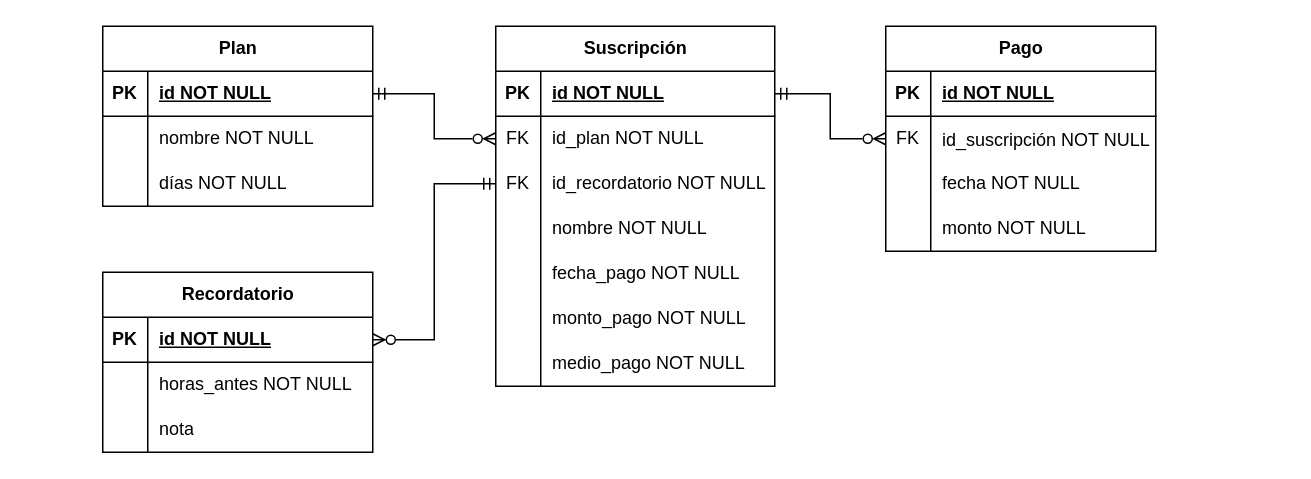
Earlier version of the draw.io diagram diagramas/DiagramaSubby.drawio (Oscar-UCT/Subby). Source tidied: cells renumbered, new cells numbered last; positions are measured from the earlier drawing's top-left corner, leaving out a move shared by most shapes. Both pictures are drawn from the tidied source at 150%, with x=0, y=0 at pixel (102, 26).
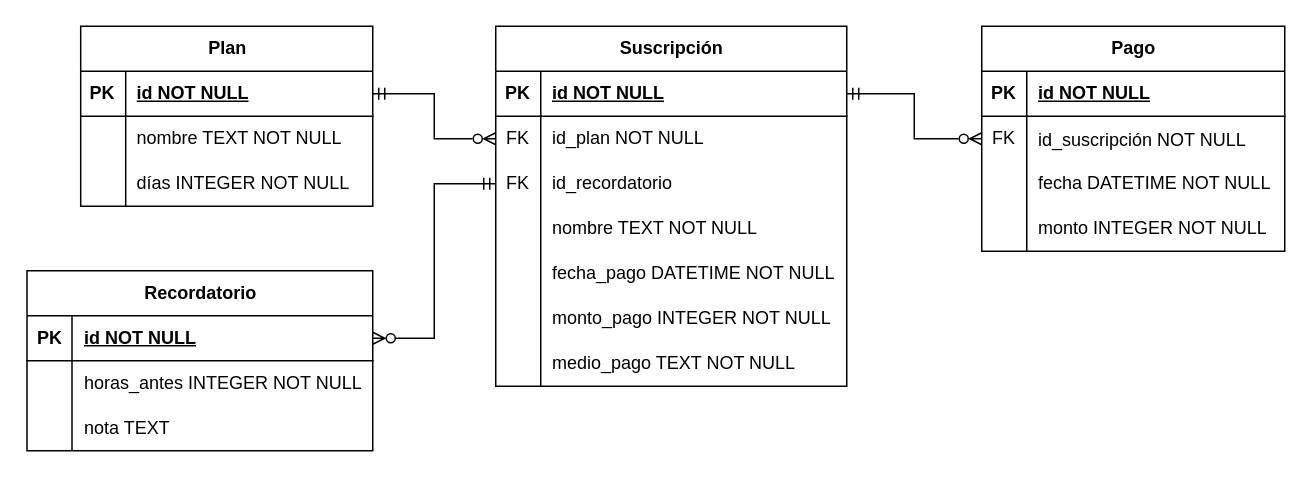
The same page after the edit.

Commit message (it also covers changes not shown here):
Add tipos de dato diagramas

The edit, as a diff of the source:
```diff
@@
     <mxCell id="2" value="Suscripción" style="shape=table;startSize=30;childLayout=tableLayout;rowLines=0;fontStyle=1;align=center;html=1;" parent="1" vertex="1">
-      <mxGeometry x="262" width="186" height="240" as="geometry" />
+      <mxGeometry x="262" width="234" height="240" as="geometry" />
     </mxCell>
     <mxCell id="3" style="shape=tableRow;horizontal=0;startSize=0;swimlaneHead=0;swimlaneBody=0;fillColor=none;points=[[0,0.5],[1,0.5]];portConstraint=eastwest;top=0;left=0;right=0;bottom=1;" parent="2" vertex="1">
-      <mxGeometry y="30" width="186" height="30" as="geometry" />
+      <mxGeometry y="30" width="234" height="30" as="geometry" />
     </mxCell>
@@
     <mxCell id="5" value="id NOT NULL" style="shape=partialRectangle;fillColor=none;top=0;left=0;bottom=0;right=0;align=left;spacingLeft=6;fontStyle=5;overflow=hidden;whiteSpace=wrap;html=1;" parent="3" vertex="1">
-      <mxGeometry x="30" width="156" height="30" as="geometry" />
+      <mxGeometry x="30" width="204" height="30" as="geometry" />
     </mxCell>
     <mxCell id="6" style="shape=tableRow;horizontal=0;startSize=0;swimlaneHead=0;swimlaneBody=0;fillColor=none;points=[[0,0.5],[1,0.5]];portConstraint=eastwest;top=0;left=0;right=0;bottom=0;" parent="2" vertex="1">
-      <mxGeometry y="60" width="186" height="30" as="geometry" />
+      <mxGeometry y="60" width="234" height="30" as="geometry" />
     </mxCell>
@@
     <mxCell id="8" value="id_plan NOT NULL" style="shape=partialRectangle;fillColor=none;top=0;left=0;bottom=0;right=0;align=left;spacingLeft=6;fontStyle=0;overflow=hidden;whiteSpace=wrap;html=1;" parent="6" vertex="1">
-      <mxGeometry x="30" width="156" height="30" as="geometry" />
+      <mxGeometry x="30" width="204" height="30" as="geometry" />
     </mxCell>
     <mxCell id="9" style="shape=tableRow;horizontal=0;startSize=0;swimlaneHead=0;swimlaneBody=0;fillColor=none;points=[[0,0.5],[1,0.5]];portConstraint=eastwest;top=0;left=0;right=0;bottom=0;" parent="2" vertex="1">
-      <mxGeometry y="90" width="186" height="30" as="geometry" />
+      <mxGeometry y="90" width="234" height="30" as="geometry" />
     </mxCell>
@@
-    <mxCell id="11" value="id_recordatorio NOT NULL" style="shape=partialRectangle;fillColor=none;top=0;left=0;bottom=0;right=0;align=left;spacingLeft=6;fontStyle=0;overflow=hidden;whiteSpace=wrap;html=1;" parent="9" vertex="1">
-      <mxGeometry x="30" width="156" height="30" as="geometry" />
+    <mxCell id="11" value="id_recordatorio" style="shape=partialRectangle;fillColor=none;top=0;left=0;bottom=0;right=0;align=left;spacingLeft=6;fontStyle=0;overflow=hidden;whiteSpace=wrap;html=1;" parent="9" vertex="1">
+      <mxGeometry x="30" width="204" height="30" as="geometry" />
     </mxCell>
     <mxCell id="12" style="shape=tableRow;horizontal=0;startSize=0;swimlaneHead=0;swimlaneBody=0;fillColor=none;top=0;left=0;right=0;bottom=0;" parent="2" vertex="1">
-      <mxGeometry y="120" width="186" height="30" as="geometry" />
+      <mxGeometry y="120" width="234" height="30" as="geometry" />
     </mxCell>
@@
-    <mxCell id="14" value="nombre NOT NULL" style="shape=partialRectangle;fillColor=none;top=0;left=0;bottom=0;right=0;align=left;spacingLeft=6;overflow=hidden;whiteSpace=wrap;html=1;" parent="12" vertex="1">
-      <mxGeometry x="30" width="156" height="30" as="geometry" />
+    <mxCell id="14" value="nombre TEXT NOT NULL" style="shape=partialRectangle;fillColor=none;top=0;left=0;bottom=0;right=0;align=left;spacingLeft=6;overflow=hidden;whiteSpace=wrap;html=1;" parent="12" vertex="1">
+      <mxGeometry x="30" width="204" height="30" as="geometry" />
     </mxCell>
     <mxCell id="15" style="shape=tableRow;horizontal=0;startSize=0;swimlaneHead=0;swimlaneBody=0;fillColor=none;top=0;left=0;right=0;bottom=0;" parent="2" vertex="1">
-      <mxGeometry y="150" width="186" height="30" as="geometry" />
+      <mxGeometry y="150" width="234" height="30" as="geometry" />
     </mxCell>
@@
-    <mxCell id="17" value="&lt;div style=&quot;line-height: 160%;&quot;&gt;fecha_pago NOT NULL&lt;/div&gt;" style="shape=partialRectangle;fillColor=none;top=0;left=0;bottom=0;right=0;align=left;spacingLeft=6;overflow=hidden;whiteSpace=wrap;html=1;" parent="15" vertex="1">
-      <mxGeometry x="30" width="156" height="30" as="geometry" />
+    <mxCell id="17" value="&lt;div style=&quot;line-height: 160%;&quot;&gt;fecha_pago DATETIME NOT NULL&lt;/div&gt;" style="shape=partialRectangle;fillColor=none;top=0;left=0;bottom=0;right=0;align=left;spacingLeft=6;overflow=hidden;whiteSpace=wrap;html=1;" parent="15" vertex="1">
+      <mxGeometry x="30" width="204" height="30" as="geometry" />
     </mxCell>
     <mxCell id="18" style="shape=tableRow;horizontal=0;startSize=0;swimlaneHead=0;swimlaneBody=0;fillColor=none;top=0;left=0;right=0;bottom=0;" parent="2" vertex="1">
-      <mxGeometry y="180" width="186" height="30" as="geometry" />
+      <mxGeometry y="180" width="234" height="30" as="geometry" />
     </mxCell>
@@
-    <mxCell id="20" value="&lt;div style=&quot;line-height: 160%;&quot;&gt;&lt;div align=&quot;left&quot;&gt;monto_pago NOT NULL&lt;/div&gt;&lt;/div&gt;" style="shape=partialRectangle;fillColor=none;top=0;left=0;bottom=0;right=0;align=left;spacingLeft=6;overflow=hidden;whiteSpace=wrap;html=1;verticalAlign=middle;" parent="18" vertex="1">
-      <mxGeometry x="30" width="156" height="30" as="geometry" />
+    <mxCell id="20" value="&lt;div style=&quot;line-height: 160%;&quot;&gt;&lt;div align=&quot;left&quot;&gt;monto_pago INTEGER NOT NULL&lt;/div&gt;&lt;/div&gt;" style="shape=partialRectangle;fillColor=none;top=0;left=0;bottom=0;right=0;align=left;spacingLeft=6;overflow=hidden;whiteSpace=wrap;html=1;verticalAlign=middle;" parent="18" vertex="1">
+      <mxGeometry x="30" width="204" height="30" as="geometry" />
     </mxCell>
     <mxCell id="21" style="shape=tableRow;horizontal=0;startSize=0;swimlaneHead=0;swimlaneBody=0;fillColor=none;top=0;left=0;right=0;bottom=0;" parent="2" vertex="1">
-      <mxGeometry y="210" width="186" height="30" as="geometry" />
+      <mxGeometry y="210" width="234" height="30" as="geometry" />
     </mxCell>
@@
-    <mxCell id="23" value="medio_pago NOT NULL" style="shape=partialRectangle;fillColor=none;top=0;left=0;bottom=0;right=0;align=left;spacingLeft=6;overflow=hidden;whiteSpace=wrap;html=1;verticalAlign=middle;" parent="21" vertex="1">
-      <mxGeometry x="30" width="156" height="30" as="geometry" />
+    <mxCell id="23" value="medio_pago TEXT NOT NULL" style="shape=partialRectangle;fillColor=none;top=0;left=0;bottom=0;right=0;align=left;spacingLeft=6;overflow=hidden;whiteSpace=wrap;html=1;verticalAlign=middle;" parent="21" vertex="1">
+      <mxGeometry x="30" width="204" height="30" as="geometry" />
     </mxCell>
     <mxCell id="24" value="Pago" style="shape=table;startSize=30;childLayout=tableLayout;rowLines=0;fontStyle=1;align=center;html=1;" parent="1" vertex="1">
-      <mxGeometry x="522" width="180" height="150" as="geometry" />
+      <mxGeometry x="586" width="202" height="150" as="geometry" />
     </mxCell>
     <mxCell id="25" style="shape=tableRow;horizontal=0;startSize=0;swimlaneHead=0;swimlaneBody=0;fillColor=none;top=0;left=0;right=0;bottom=1;" parent="24" vertex="1">
-      <mxGeometry y="30" width="180" height="30" as="geometry" />
+      <mxGeometry y="30" width="202" height="30" as="geometry" />
     </mxCell>
@@
     <mxCell id="27" value="id NOT NULL" style="shape=partialRectangle;fillColor=none;top=0;left=0;bottom=0;right=0;align=left;spacingLeft=6;fontStyle=5;overflow=hidden;whiteSpace=wrap;html=1;" parent="25" vertex="1">
-      <mxGeometry x="30" width="150" height="30" as="geometry" />
+      <mxGeometry x="30" width="172" height="30" as="geometry" />
     </mxCell>
     <mxCell id="28" style="shape=tableRow;horizontal=0;startSize=0;swimlaneHead=0;swimlaneBody=0;fillColor=none;points=[[0,0.5],[1,0.5]];portConstraint=eastwest;top=0;left=0;right=0;bottom=0;" parent="24" vertex="1">
-      <mxGeometry y="60" width="180" height="30" as="geometry" />
+      <mxGeometry y="60" width="202" height="30" as="geometry" />
     </mxCell>
@@
     <mxCell id="30" value="&lt;div style=&quot;line-height: 150%;&quot;&gt;id_suscripción NOT NULL&lt;/div&gt;" style="shape=partialRectangle;fillColor=none;top=0;left=0;bottom=0;right=0;align=left;spacingLeft=6;fontStyle=0;overflow=hidden;whiteSpace=wrap;html=1;" parent="28" vertex="1">
-      <mxGeometry x="30" width="150" height="30" as="geometry" />
+      <mxGeometry x="30" width="172" height="30" as="geometry" />
     </mxCell>
     <mxCell id="31" style="shape=tableRow;horizontal=0;startSize=0;swimlaneHead=0;swimlaneBody=0;fillColor=none;top=0;left=0;right=0;bottom=0;" parent="24" vertex="1">
-      <mxGeometry y="90" width="180" height="30" as="geometry" />
+      <mxGeometry y="90" width="202" height="30" as="geometry" />
     </mxCell>
@@
-    <mxCell id="33" value="fecha NOT NULL" style="shape=partialRectangle;fillColor=none;top=0;left=0;bottom=0;right=0;align=left;spacingLeft=6;overflow=hidden;whiteSpace=wrap;html=1;" parent="31" vertex="1">
-      <mxGeometry x="30" width="150" height="30" as="geometry" />
+    <mxCell id="33" value="fecha DATETIME NOT NULL" style="shape=partialRectangle;fillColor=none;top=0;left=0;bottom=0;right=0;align=left;spacingLeft=6;overflow=hidden;whiteSpace=wrap;html=1;" parent="31" vertex="1">
+      <mxGeometry x="30" width="172" height="30" as="geometry" />
     </mxCell>
     <mxCell id="34" style="shape=tableRow;horizontal=0;startSize=0;swimlaneHead=0;swimlaneBody=0;fillColor=none;top=0;left=0;right=0;bottom=0;" parent="24" vertex="1">
-      <mxGeometry y="120" width="180" height="30" as="geometry" />
+      <mxGeometry y="120" width="202" height="30" as="geometry" />
     </mxCell>
@@
-    <mxCell id="36" value="monto NOT NULL" style="shape=partialRectangle;fillColor=none;top=0;left=0;bottom=0;right=0;align=left;spacingLeft=6;overflow=hidden;whiteSpace=wrap;html=1;" parent="34" vertex="1">
-      <mxGeometry x="30" width="150" height="30" as="geometry" />
+    <mxCell id="36" value="monto INTEGER NOT NULL" style="shape=partialRectangle;fillColor=none;top=0;left=0;bottom=0;right=0;align=left;spacingLeft=6;overflow=hidden;whiteSpace=wrap;html=1;" parent="34" vertex="1">
+      <mxGeometry x="30" width="172" height="30" as="geometry" />
     </mxCell>
@@
     <mxCell id="38" value="Plan" style="shape=table;startSize=30;childLayout=tableLayout;rowLines=0;fontStyle=1;align=center;html=1;" parent="1" vertex="1">
-      <mxGeometry width="180" height="120" as="geometry" />
+      <mxGeometry x="-14.7" width="194.7" height="120" as="geometry" />
     </mxCell>
     <mxCell id="39" style="shape=tableRow;horizontal=0;startSize=0;swimlaneHead=0;swimlaneBody=0;fillColor=none;points=[[0,0.5],[1,0.5]];portConstraint=eastwest;top=0;left=0;right=0;bottom=1;" parent="38" vertex="1">
-      <mxGeometry y="30" width="180" height="30" as="geometry" />
+      <mxGeometry y="30" width="194.7" height="30" as="geometry" />
     </mxCell>
@@
     <mxCell id="41" value="id NOT NULL" style="shape=partialRectangle;fillColor=none;top=0;left=0;bottom=0;right=0;align=left;spacingLeft=6;fontStyle=5;overflow=hidden;whiteSpace=wrap;html=1;" parent="39" vertex="1">
-      <mxGeometry x="30" width="150" height="30" as="geometry" />
+      <mxGeometry x="30" width="164.7" height="30" as="geometry" />
     </mxCell>
     <mxCell id="42" style="shape=tableRow;horizontal=0;startSize=0;swimlaneHead=0;swimlaneBody=0;fillColor=none;top=0;left=0;right=0;bottom=0;" parent="38" vertex="1">
-      <mxGeometry y="60" width="180" height="30" as="geometry" />
+      <mxGeometry y="60" width="194.7" height="30" as="geometry" />
     </mxCell>
@@
-    <mxCell id="44" value="nombre NOT NULL" style="shape=partialRectangle;fillColor=none;top=0;left=0;bottom=0;right=0;align=left;spacingLeft=6;overflow=hidden;whiteSpace=wrap;html=1;" parent="42" vertex="1">
-      <mxGeometry x="30" width="150" height="30" as="geometry" />
+    <mxCell id="44" value="nombre TEXT NOT NULL" style="shape=partialRectangle;fillColor=none;top=0;left=0;bottom=0;right=0;align=left;spacingLeft=6;overflow=hidden;whiteSpace=wrap;html=1;" parent="42" vertex="1">
+      <mxGeometry x="30" width="164.7" height="30" as="geometry" />
     </mxCell>
     <mxCell id="45" style="shape=tableRow;horizontal=0;startSize=0;swimlaneHead=0;swimlaneBody=0;fillColor=none;top=0;left=0;right=0;bottom=0;" parent="38" vertex="1">
-      <mxGeometry y="90" width="180" height="30" as="geometry" />
+      <mxGeometry y="90" width="194.7" height="30" as="geometry" />
     </mxCell>
@@
-    <mxCell id="47" value="días NOT NULL" style="shape=partialRectangle;fillColor=none;top=0;left=0;bottom=0;right=0;align=left;spacingLeft=6;overflow=hidden;whiteSpace=wrap;html=1;" parent="45" vertex="1">
-      <mxGeometry x="30" width="150" height="30" as="geometry" />
+    <mxCell id="47" value="días INTEGER NOT NULL" style="shape=partialRectangle;fillColor=none;top=0;left=0;bottom=0;right=0;align=left;spacingLeft=6;overflow=hidden;whiteSpace=wrap;html=1;" parent="45" vertex="1">
+      <mxGeometry x="30" width="164.7" height="30" as="geometry" />
     </mxCell>
@@
     <mxCell id="49" value="Recordatorio" style="shape=table;startSize=30;childLayout=tableLayout;rowLines=0;fontStyle=1;align=center;html=1;" parent="1" vertex="1">
-      <mxGeometry y="164" width="180" height="120" as="geometry" />
+      <mxGeometry x="-50.5" y="163" width="230.5" height="120" as="geometry" />
     </mxCell>
     <mxCell id="50" style="shape=tableRow;horizontal=0;startSize=0;swimlaneHead=0;swimlaneBody=0;fillColor=none;points=[[0,0.5],[1,0.5]];portConstraint=eastwest;top=0;left=0;right=0;bottom=1;" parent="49" vertex="1">
-      <mxGeometry y="30" width="180" height="30" as="geometry" />
+      <mxGeometry y="30" width="230.5" height="30" as="geometry" />
     </mxCell>
@@
     <mxCell id="52" value="id NOT NULL" style="shape=partialRectangle;fillColor=none;top=0;left=0;bottom=0;right=0;align=left;spacingLeft=6;fontStyle=5;overflow=hidden;whiteSpace=wrap;html=1;" parent="50" vertex="1">
-      <mxGeometry x="30" width="150" height="30" as="geometry" />
+      <mxGeometry x="30" width="200.5" height="30" as="geometry" />
     </mxCell>
     <mxCell id="53" style="shape=tableRow;horizontal=0;startSize=0;swimlaneHead=0;swimlaneBody=0;fillColor=none;top=0;left=0;right=0;bottom=0;" parent="49" vertex="1">
-      <mxGeometry y="60" width="180" height="30" as="geometry" />
+      <mxGeometry y="60" width="230.5" height="30" as="geometry" />
     </mxCell>
@@
-    <mxCell id="55" value="horas_antes NOT NULL" style="shape=partialRectangle;fillColor=none;top=0;left=0;bottom=0;right=0;align=left;spacingLeft=6;overflow=hidden;whiteSpace=wrap;html=1;" parent="53" vertex="1">
-      <mxGeometry x="30" width="150" height="30" as="geometry" />
+    <mxCell id="55" value="horas_antes INTEGER NOT NULL" style="shape=partialRectangle;fillColor=none;top=0;left=0;bottom=0;right=0;align=left;spacingLeft=6;overflow=hidden;whiteSpace=wrap;html=1;" parent="53" vertex="1">
+      <mxGeometry x="30" width="200.5" height="30" as="geometry" />
     </mxCell>
     <mxCell id="56" style="shape=tableRow;horizontal=0;startSize=0;swimlaneHead=0;swimlaneBody=0;fillColor=none;top=0;left=0;right=0;bottom=0;" parent="49" vertex="1">
-      <mxGeometry y="90" width="180" height="30" as="geometry" />
+      <mxGeometry y="90" width="230.5" height="30" as="geometry" />
     </mxCell>
@@
-    <mxCell id="58" value="nota" style="shape=partialRectangle;fillColor=none;top=0;left=0;bottom=0;right=0;align=left;spacingLeft=6;overflow=hidden;whiteSpace=wrap;html=1;" parent="56" vertex="1">
-      <mxGeometry x="30" width="150" height="30" as="geometry" />
+    <mxCell id="58" value="nota TEXT" style="shape=partialRectangle;fillColor=none;top=0;left=0;bottom=0;right=0;align=left;spacingLeft=6;overflow=hidden;whiteSpace=wrap;html=1;" parent="56" vertex="1">
+      <mxGeometry x="30" width="200.5" height="30" as="geometry" />
     </mxCell>
```
